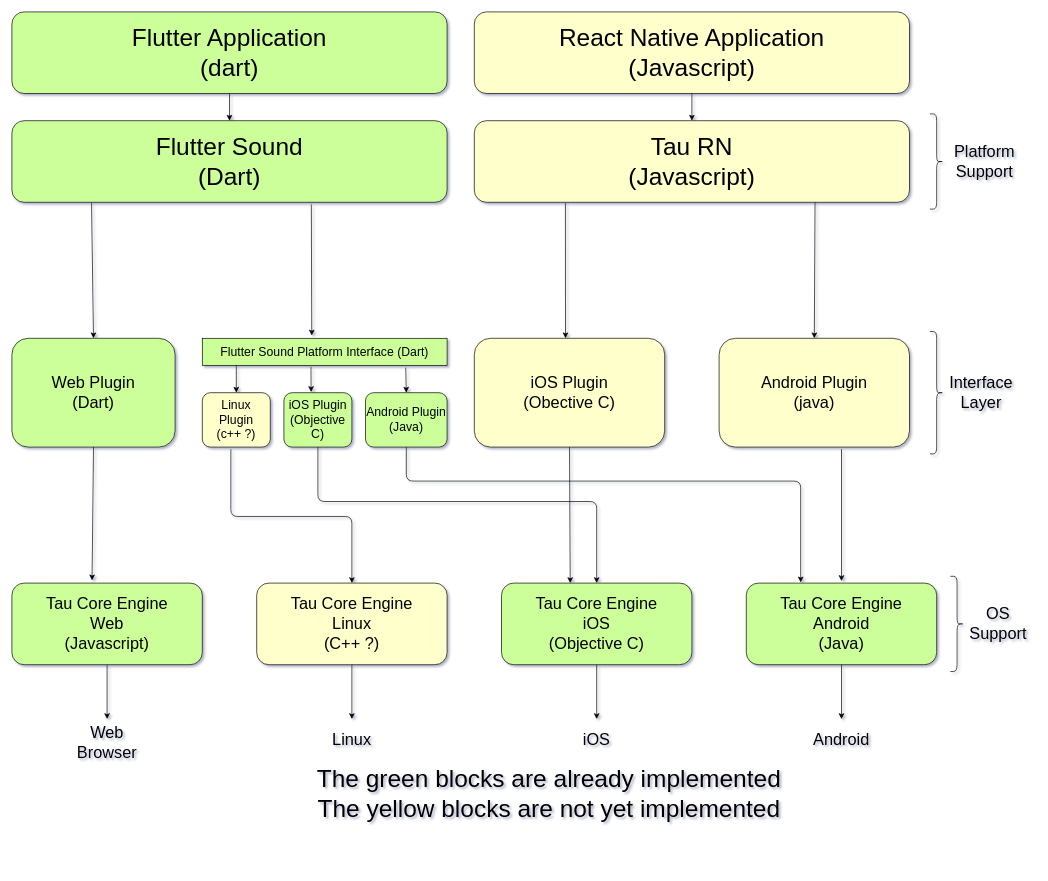
This is doc/images/the-t-architecture.drawio from Canardoux/flutter_sound, a draw.io file, before an edit. Source tidied: cells renumbered, new cells numbered last; positions are measured from the earlier drawing's top-left corner, leaving out a move shared by most shapes. Both pictures are drawn from the tidied source at 68%, with x=0, y=0 at pixel (12, 12).
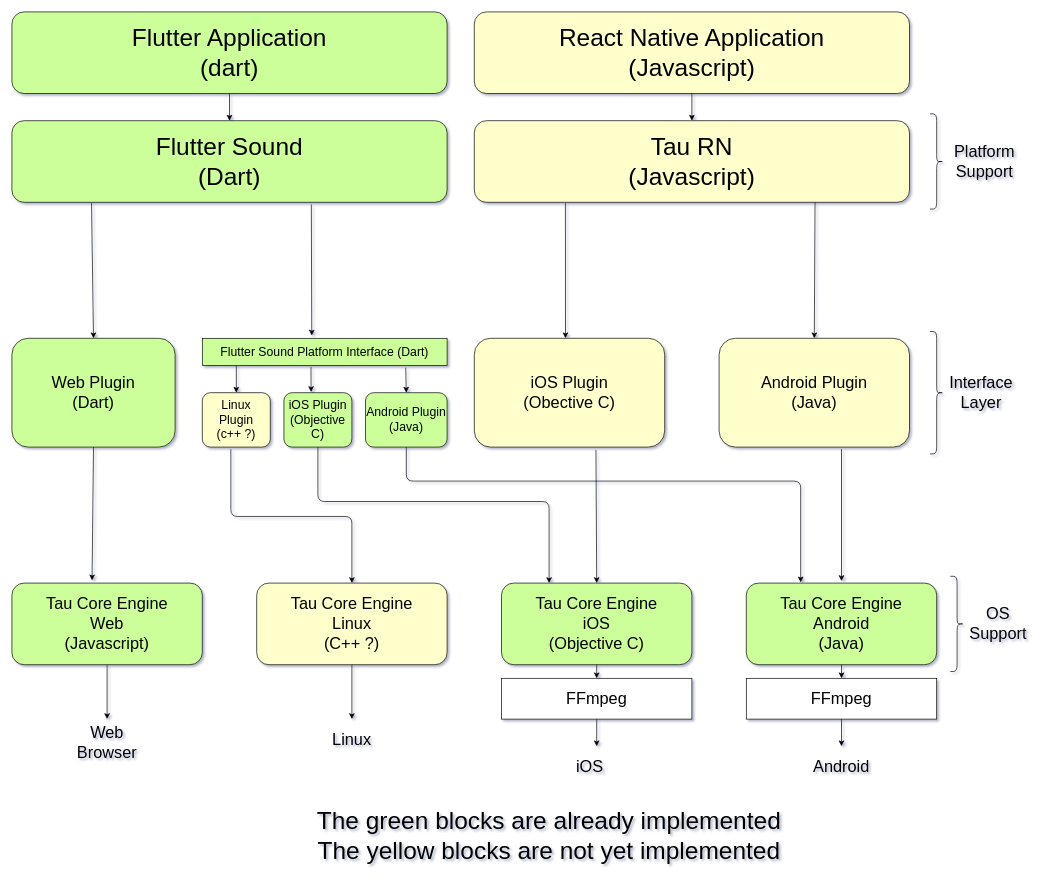
Above is the later version.

Unchanged cells that the change refers to:
```xml
<mxCell id="9" value="&lt;font&gt;&lt;font style=&quot;font-size: 24px&quot;&gt;Tau Core Engine&lt;br&gt;iOS&lt;br&gt;(Objective C)&lt;/font&gt;&lt;br&gt;&lt;/font&gt;" style="rounded=1;whiteSpace=wrap;html=1;fillColor=#CCFF99;" parent="1" vertex="1">
  <mxGeometry x="720" y="840" width="280" height="120" as="geometry" />
</mxCell>
<mxCell id="10" value="&lt;font style=&quot;font-size: 24px&quot;&gt;Tau Core Engine&lt;br&gt;Android&lt;br&gt;(Java)&lt;/font&gt;" style="rounded=1;whiteSpace=wrap;html=1;fillColor=#CCFF99;" parent="1" vertex="1">
  <mxGeometry x="1080" y="840" width="280" height="120" as="geometry" />
</mxCell>
<mxCell id="14" value="&lt;font style=&quot;font-size: 18px&quot;&gt;iOS Plugin&lt;br&gt;(Objective C)&lt;/font&gt;" style="rounded=1;whiteSpace=wrap;html=1;fillColor=#CCFF99;" parent="1" vertex="1">
  <mxGeometry x="400" y="560" width="100" height="80" as="geometry" />
</mxCell>
<mxCell id="16" value="&lt;font style=&quot;font-size: 24px&quot;&gt;iOS Plugin&lt;br&gt;(Obective C)&lt;/font&gt;" style="rounded=1;whiteSpace=wrap;html=1;fillColor=#FFFFCC;" parent="1" vertex="1">
  <mxGeometry x="680" y="480" width="280" height="160" as="geometry" />
</mxCell>
```

The edit, as a diff of the source:
```diff
@@
-    <mxCell id="17" value="&lt;font style=&quot;font-size: 24px&quot;&gt;Android Plugin&lt;br&gt;(java)&lt;/font&gt;" style="rounded=1;whiteSpace=wrap;html=1;fillColor=#FFFFCC;" parent="1" vertex="1">
+    <mxCell id="17" value="&lt;font style=&quot;font-size: 24px&quot;&gt;Android Plugin&lt;br&gt;(Java)&lt;/font&gt;" style="rounded=1;whiteSpace=wrap;html=1;fillColor=#FFFFCC;" parent="1" vertex="1">
       <mxGeometry x="1040" y="480" width="280" height="160" as="geometry" />
     </mxCell>
     <mxCell id="18" value="&lt;font style=&quot;font-size: 36px&quot;&gt;The green blocks are already implemented&lt;br&gt;The yellow blocks are not yet implemented&lt;/font&gt;" style="text;html=1;strokeColor=none;fillColor=none;align=center;verticalAlign=middle;whiteSpace=wrap;rounded=0;" parent="1" vertex="1">
-      <mxGeometry x="280" y="1140" width="1020" height="20" as="geometry" />
+      <mxGeometry x="280" y="1201" width="1020" height="20" as="geometry" />
     </mxCell>
@@
     <mxCell id="22" style="endArrow=classic;html=1;exitX=0.5;exitY=1;exitDx=0;exitDy=0;" parent="1" edge="1" source="10">
       <mxGeometry relative="1" as="geometry">
-        <mxPoint x="1220" y="1040" as="targetPoint" />
+        <mxPoint x="1220" y="980" as="targetPoint" />
       </mxGeometry>
     </mxCell>
-    <mxCell id="23" style="endArrow=classic;html=1;exitX=0.5;exitY=1;exitDx=0;exitDy=0;" parent="1" edge="1" source="9">
-      <mxGeometry relative="1" as="geometry">
-        <mxPoint x="860" y="1040" as="targetPoint" />
-      </mxGeometry>
+    <mxCell id="23" style="endArrow=classic;html=1;exitX=0.5;exitY=1;exitDx=0;exitDy=0;entryX=0.5;entryY=0;entryDx=0;entryDy=0;" parent="1" edge="1" source="9" target="48">
+      <mxGeometry relative="1" as="geometry" />
     </mxCell>
     <mxCell id="24" value="&lt;font style=&quot;font-size: 24px&quot;&gt;iOS&lt;/font&gt;" style="text;html=1;strokeColor=none;fillColor=none;align=center;verticalAlign=middle;whiteSpace=wrap;rounded=0;" parent="1" vertex="1">
-      <mxGeometry x="840" y="1060" width="40" height="20" as="geometry" />
+      <mxGeometry x="830" y="1100" width="40" height="20" as="geometry" />
     </mxCell>
     <mxCell id="25" value="&lt;font style=&quot;font-size: 24px&quot;&gt;Android&lt;/font&gt;" style="text;html=1;strokeColor=none;fillColor=none;align=center;verticalAlign=middle;whiteSpace=wrap;rounded=0;" parent="1" vertex="1">
-      <mxGeometry x="1200" y="1060" width="40" height="20" as="geometry" />
+      <mxGeometry x="1200" y="1100" width="40" height="20" as="geometry" />
     </mxCell>
@@
-    <mxCell id="35" style="edgeStyle=elbowEdgeStyle;elbow=vertical;endArrow=classic;html=1;exitX=0.5;exitY=1;exitDx=0;exitDy=0;entryX=0.5;entryY=0;entryDx=0;entryDy=0;" parent="1" edge="1" source="14" target="9">
+    <mxCell id="35" style="edgeStyle=elbowEdgeStyle;elbow=vertical;endArrow=classic;html=1;exitX=0.5;exitY=1;exitDx=0;exitDy=0;entryX=0.25;entryY=0;entryDx=0;entryDy=0;" parent="1" edge="1" source="14" target="9">
       <mxGeometry relative="1" as="geometry">
         <Array as="points">
           <mxPoint x="650" y="720" />
         </Array>
       </mxGeometry>
     </mxCell>
@@
-    <mxCell id="37" style="endArrow=classic;html=1;exitX=0.5;exitY=1;exitDx=0;exitDy=0;entryX=0.361;entryY=0;entryDx=0;entryDy=0;entryPerimeter=0;" parent="1" edge="1" source="16" target="9">
+    <mxCell id="37" style="endArrow=classic;html=1;exitX=0.639;exitY=1.025;exitDx=0;exitDy=0;entryX=0.5;entryY=0;entryDx=0;entryDy=0;exitPerimeter=0;" parent="1" edge="1" source="16" target="9">
       <mxGeometry relative="1" as="geometry" />
     </mxCell>
@@
+    <mxCell id="47" style="edgeStyle=orthogonalEdgeStyle;rounded=0;jettySize=auto;html=1;exitX=0.5;exitY=1;exitDx=0;exitDy=0;" parent="1" edge="1" source="48">
+      <mxGeometry relative="1" as="geometry">
+        <mxPoint x="860" y="1080" as="targetPoint" />
+      </mxGeometry>
+    </mxCell>
+    <mxCell id="48" value="&lt;font style=&quot;font-size: 24px&quot;&gt;FFmpeg&lt;/font&gt;" style="rounded=0;whiteSpace=wrap;html=1;" parent="1" vertex="1">
+      <mxGeometry x="720" y="980" width="280" height="60" as="geometry" />
+    </mxCell>
+    <mxCell id="49" style="edgeStyle=orthogonalEdgeStyle;rounded=0;jettySize=auto;html=1;exitX=0.5;exitY=1;exitDx=0;exitDy=0;" parent="1" edge="1" source="50">
+      <mxGeometry relative="1" as="geometry">
+        <mxPoint x="1220" y="1080" as="targetPoint" />
+      </mxGeometry>
+    </mxCell>
+    <mxCell id="50" value="&lt;font style=&quot;font-size: 24px&quot;&gt;FFmpeg&lt;/font&gt;" style="rounded=0;whiteSpace=wrap;html=1;" parent="1" vertex="1">
+      <mxGeometry x="1080" y="980" width="280" height="60" as="geometry" />
+    </mxCell>
```
